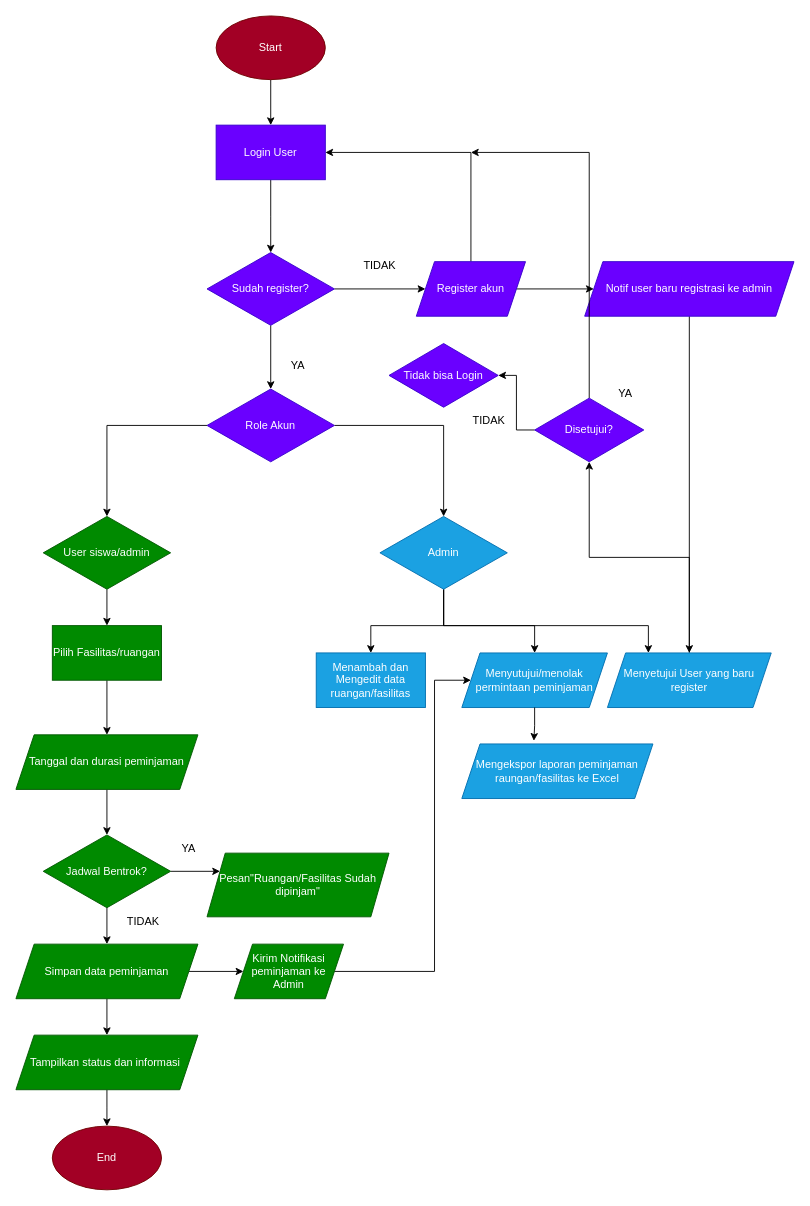
The draw.io diagram Framework.drawio in ieatcheese99/Framework, before the edit. Source tidied: cells renumbered, new cells numbered last; positions are measured from the earlier drawing's top-left corner, leaving out a move shared by most shapes. Both pictures are drawn from the tidied source at 91%, with x=0, y=0 at pixel (15, 15).
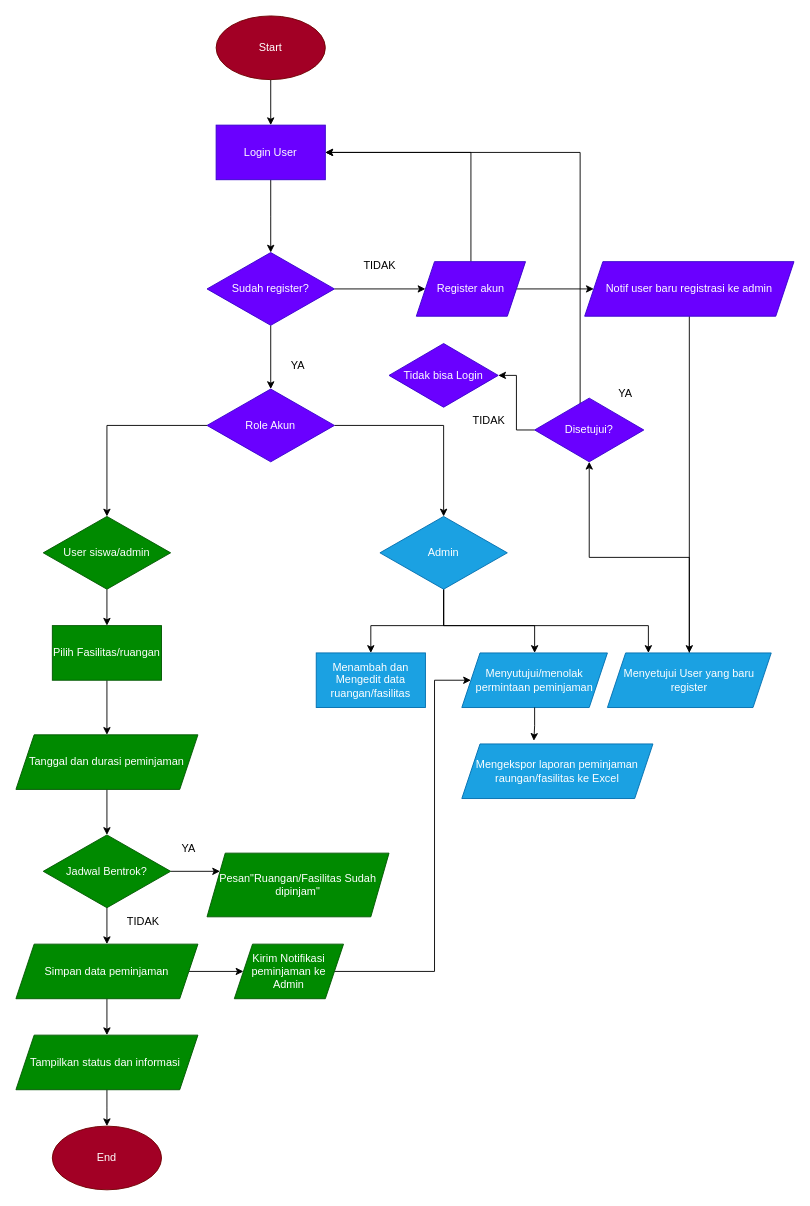
The same diagram, later.

Unchanged cells that the change refers to:
```xml
<mxCell id="3" value="Login User" style="rounded=0;whiteSpace=wrap;html=1;fillColor=#6a00ff;fontColor=#ffffff;strokeColor=#3700CC;" parent="1" vertex="1">
  <mxGeometry x="220" y="120" width="120" height="60" as="geometry" />
</mxCell>
<mxCell id="52" value="Disetujui?" style="rhombus;whiteSpace=wrap;html=1;fillColor=#6a00ff;fontColor=#ffffff;strokeColor=#3700CC;" parent="1" vertex="1">
  <mxGeometry x="570" y="420" width="120" height="70" as="geometry" />
</mxCell>
```

The edit, as a diff of the source:
```diff
@@
-    <mxCell id="50" style="edgeStyle=orthogonalEdgeStyle;rounded=0;jettySize=auto;html=1;" parent="1" edge="1" source="52">
+    <mxCell id="50" style="edgeStyle=orthogonalEdgeStyle;rounded=0;jettySize=auto;html=1;exitX=0.4;exitY=0.126;exitDx=0;exitDy=0;exitPerimeter=0;entryX=1;entryY=0.5;entryDx=0;entryDy=0;" parent="1" edge="1" source="52" target="3">
       <mxGeometry relative="1" as="geometry">
-        <mxPoint x="500" y="150" as="targetPoint" />
         <Array as="points">
-          <mxPoint x="630" y="150" />
+          <mxPoint x="620" y="429" />
+          <mxPoint x="620" y="150" />
         </Array>
       </mxGeometry>
     </mxCell>
```
